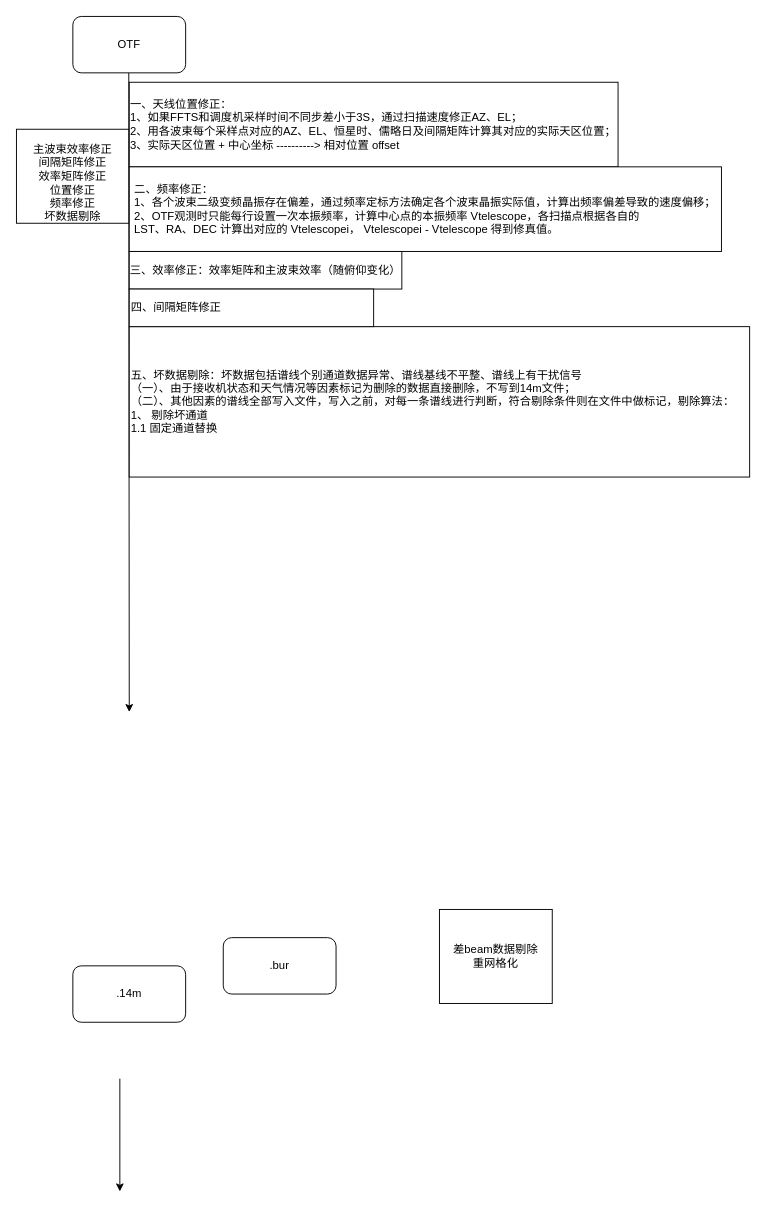
luoluo19550418/drawio keeps this draw.io diagram as Untitled Diagram.drawio. Above is the earlier version. Source tidied: cells renumbered, new cells numbered last; positions are measured from the earlier drawing's top-left corner, leaving out a move shared by most shapes. Both pictures are drawn from the tidied source at 94%, with x=0, y=0 at pixel (16, 16).
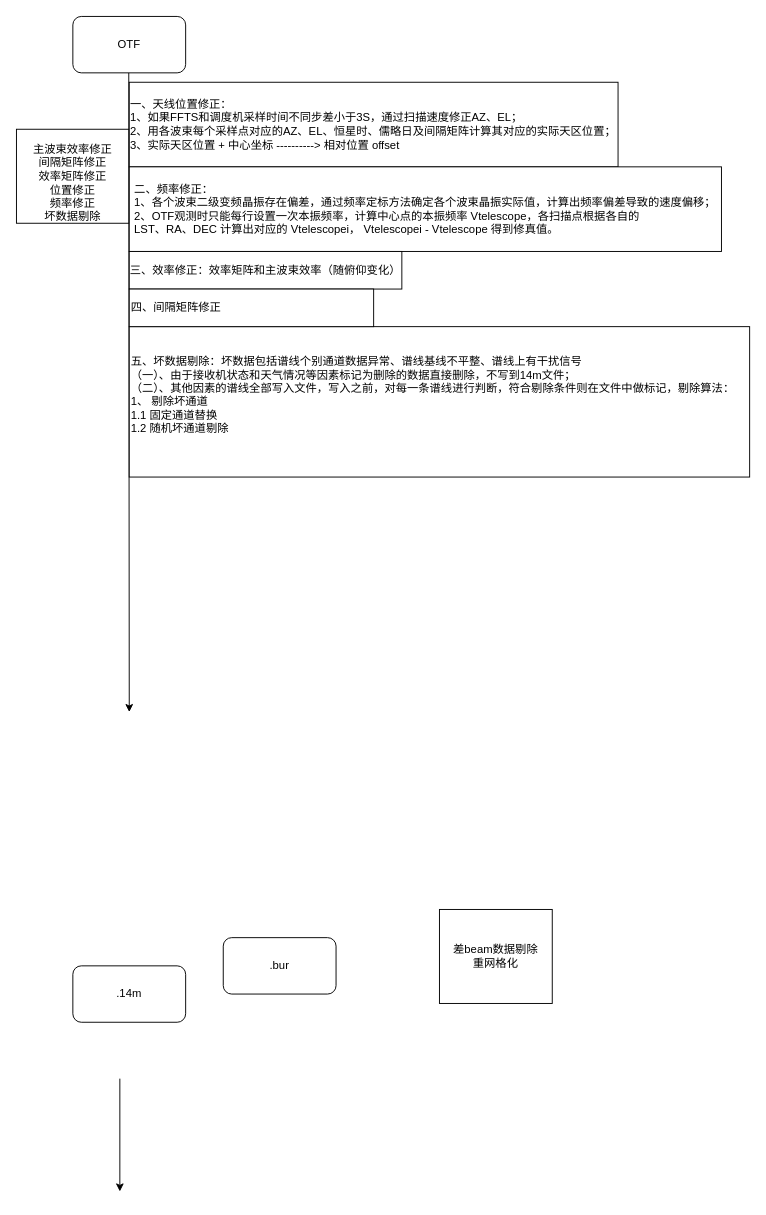
The same diagram, later.

Diff of the diagram source:
```diff
@@
 <mxGraphModel>
   <root>
     <mxCell id="0" />
     <mxCell id="1" parent="0" />
     <mxCell id="2" value="&lt;br&gt;主波束效率修正&lt;br&gt;间隔矩阵修正&lt;br&gt;效率矩阵修正&lt;br&gt;位置修正&lt;br&gt;频率修正&lt;br&gt;坏数据剔除" style="rounded=0;whiteSpace=wrap;html=1;" parent="1" vertex="1">
       <mxGeometry y="120" width="120" height="100" as="geometry" />
     </mxCell>
     <mxCell id="3" style="endArrow=classic;html=1;" parent="1" edge="1">
       <mxGeometry relative="1" as="geometry">
         <mxPoint x="119.5" y="60" as="sourcePoint" />
         <mxPoint x="120" y="740" as="targetPoint" />
       </mxGeometry>
     </mxCell>
     <mxCell id="4" value="差beam数据剔除&lt;br&gt;重网格化" style="rounded=0;whiteSpace=wrap;html=1;" parent="1" vertex="1">
       <mxGeometry x="450" y="950" width="120" height="100" as="geometry" />
     </mxCell>
     <mxCell id="5" value="&lt;span&gt;OTF&lt;/span&gt;" style="rounded=1;whiteSpace=wrap;html=1;" parent="1" vertex="1">
       <mxGeometry x="60" width="120" height="60" as="geometry" />
     </mxCell>
     <mxCell id="6" value=".14m" style="rounded=1;whiteSpace=wrap;html=1;" parent="1" vertex="1">
       <mxGeometry x="60" y="1010" width="120" height="60" as="geometry" />
     </mxCell>
     <mxCell id="7" value=".bur" style="rounded=1;whiteSpace=wrap;html=1;" parent="1" vertex="1">
       <mxGeometry x="220" y="980" width="120" height="60" as="geometry" />
     </mxCell>
     <mxCell id="8" style="endArrow=classic;html=1;" parent="1" edge="1">
       <mxGeometry relative="1" as="geometry">
         <mxPoint x="110" y="1130" as="sourcePoint" />
         <mxPoint x="110" y="1250" as="targetPoint" />
       </mxGeometry>
     </mxCell>
     <mxCell id="9" value="&lt;div style=&quot;text-align: justify&quot;&gt;&lt;span&gt;一、天线位置修正：&lt;/span&gt;&lt;/div&gt;&lt;div style=&quot;text-align: justify&quot;&gt;&lt;span&gt;1、如果FFTS和调度机采样时间不同步差小于3S，通过扫描速度修正AZ、EL；&lt;/span&gt;&lt;/div&gt;&lt;div style=&quot;text-align: justify&quot;&gt;&lt;span&gt;2、用各波束每个采样点对应的AZ、EL、恒星时、儒略日及间隔矩阵计算其对应的实际天区位置；&lt;/span&gt;&lt;/div&gt;&lt;div style=&quot;text-align: justify&quot;&gt;&lt;span&gt;3、实际天区位置 + 中心坐标 ----------&amp;gt; 相对位置 offset&lt;/span&gt;&lt;/div&gt;" style="rounded=0;whiteSpace=wrap;html=1;align=right;" parent="1" vertex="1">
       <mxGeometry x="120" y="70" width="520" height="90" as="geometry" />
     </mxCell>
     <mxCell id="10" value="&lt;div style=&quot;text-align: justify&quot;&gt;&lt;span&gt;&lt;br&gt;&lt;/span&gt;&lt;/div&gt;&lt;div style=&quot;text-align: justify&quot;&gt;&lt;span&gt;&lt;br&gt;&lt;/span&gt;&lt;/div&gt;&lt;div style=&quot;text-align: justify&quot;&gt;&lt;span&gt;&lt;br&gt;&lt;/span&gt;&lt;/div&gt;&lt;div style=&quot;text-align: justify&quot;&gt;&lt;span&gt;&lt;br&gt;&lt;/span&gt;&lt;/div&gt;&lt;div style=&quot;text-align: justify&quot;&gt;&lt;span&gt;二、频率修正：&lt;/span&gt;&lt;br&gt;&lt;span&gt;1、各个波束二级变频晶振存在偏差，通过频率定标方法确定各个波束晶振实际值，计算出频率偏差导致的速度偏移；&lt;/span&gt;&lt;br&gt;&lt;span&gt;2、OTF观测时只能每行设置一次本振频率，计算中心点的本振频率 Vtelescope，&lt;/span&gt;&lt;span&gt;各扫描点根据各自的&amp;nbsp;&lt;/span&gt;&lt;br&gt;&lt;span&gt;LST、RA、DEC 计算出对应的 Vtelescopei，&lt;/span&gt;&lt;span&gt;&amp;nbsp;Vtelescopei - Vtelescope 得到修真值。&lt;/span&gt;&lt;br&gt;&lt;br&gt;&lt;br&gt;&lt;span&gt;&amp;nbsp;&lt;/span&gt;&lt;br&gt;&lt;/div&gt;&lt;span&gt;&lt;div style=&quot;text-align: justify&quot;&gt;&lt;br&gt;&lt;/div&gt;&lt;/span&gt;" style="rounded=0;whiteSpace=wrap;html=1;align=center;" parent="1" vertex="1">
       <mxGeometry x="120" y="160" width="630" height="90" as="geometry" />
     </mxCell>
     <mxCell id="11" value="三、效率修正：效率矩阵和主波束效率（随俯仰变化）" style="rounded=0;whiteSpace=wrap;html=1;" parent="1" vertex="1">
       <mxGeometry x="120" y="250" width="290" height="40" as="geometry" />
     </mxCell>
-    <mxCell id="12" value="&lt;div&gt;&lt;span&gt;五、坏数据剔除：坏数据包括谱线个别通道数据异常、谱线基线不平整、谱线上有干扰信号&lt;/span&gt;&lt;/div&gt;&lt;div&gt;（一）、由于接收机状态和天气情况等因素标记为删除的数据直接删除，不写到14m文件；&lt;/div&gt;&lt;div&gt;（二）、其他因素的谱线全部写入文件，写入之前，对每一条谱线进行判断，符合剔除条件则在&lt;span&gt;文件中做标记，剔除算法：&lt;/span&gt;&lt;/div&gt;&lt;div&gt;1、 剔除坏通道&lt;br&gt;&lt;/div&gt;&lt;div&gt;1.1 固定通道替换&lt;br&gt;&lt;/div&gt;" style="rounded=0;whiteSpace=wrap;html=1;align=left;" parent="1" vertex="1">
+    <mxCell id="12" value="&lt;div&gt;&lt;span&gt;五、坏数据剔除：坏数据包括谱线个别通道数据异常、谱线基线不平整、谱线上有干扰信号&lt;/span&gt;&lt;/div&gt;&lt;div&gt;（一）、由于接收机状态和天气情况等因素标记为删除的数据直接删除，不写到14m文件；&lt;/div&gt;&lt;div&gt;（二）、其他因素的谱线全部写入文件，写入之前，对每一条谱线进行判断，符合剔除条件则在&lt;span&gt;文件中做标记，剔除算法：&lt;/span&gt;&lt;/div&gt;&lt;div&gt;1、 剔除坏通道&lt;br&gt;&lt;/div&gt;&lt;div&gt;1.1 固定通道替换&lt;br&gt;&lt;/div&gt;&lt;div&gt;1.2 随机坏通道剔除&lt;br&gt;&lt;/div&gt;&lt;div&gt;&lt;br&gt;&lt;/div&gt;" style="rounded=0;whiteSpace=wrap;html=1;align=left;" parent="1" vertex="1">
       <mxGeometry x="120" y="330" width="660" height="160" as="geometry" />
     </mxCell>
     <mxCell id="13" value="&lt;div&gt;&lt;span&gt;四、间隔矩阵修正&lt;/span&gt;&lt;/div&gt;" style="rounded=0;whiteSpace=wrap;html=1;align=left;" parent="1" vertex="1">
       <mxGeometry x="120" y="290" width="260" height="40" as="geometry" />
     </mxCell>
   </root>
 </mxGraphModel>
```
